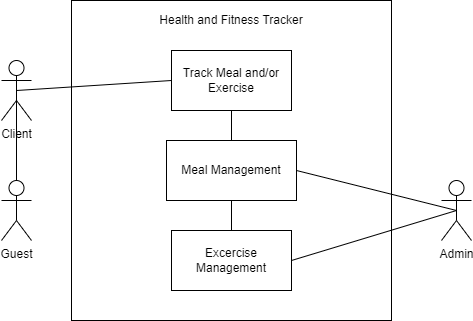
The draw.io diagram SystemEnvironmentdrawio.png in kaisunoo/Acads, before a commit. Source tidied: cells renumbered, new cells last; positions are measured from the earlier drawing's top-left corner, leaving out a move shared by most shapes.
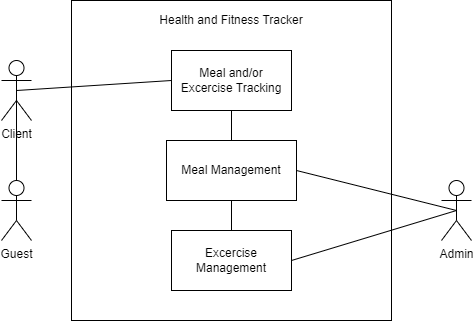
The same file after the commit.

The edit, as a diff of the source:
```diff
@@ -26,7 +26,7 @@
     <mxCell id="9" value="Health and Fitness Tracker" style="text;strokeColor=none;align=center;fillColor=none;html=1;verticalAlign=middle;whiteSpace=wrap;rounded=0;" parent="1" vertex="1">
       <mxGeometry x="140" y="5" width="180" height="30" as="geometry" />
     </mxCell>
-    <mxCell id="10" value="Track Meal and/or Exercise" style="rounded=0;whiteSpace=wrap;html=1;" parent="1" vertex="1">
+    <mxCell id="10" value="Meal and/or Excercise Tracking" style="rounded=0;whiteSpace=wrap;html=1;" parent="1" vertex="1">
       <mxGeometry x="170" y="50" width="120" height="60" as="geometry" />
     </mxCell>
     <mxCell id="11" value="Meal Management" style="rounded=0;whiteSpace=wrap;html=1;" parent="1" vertex="1">
```
